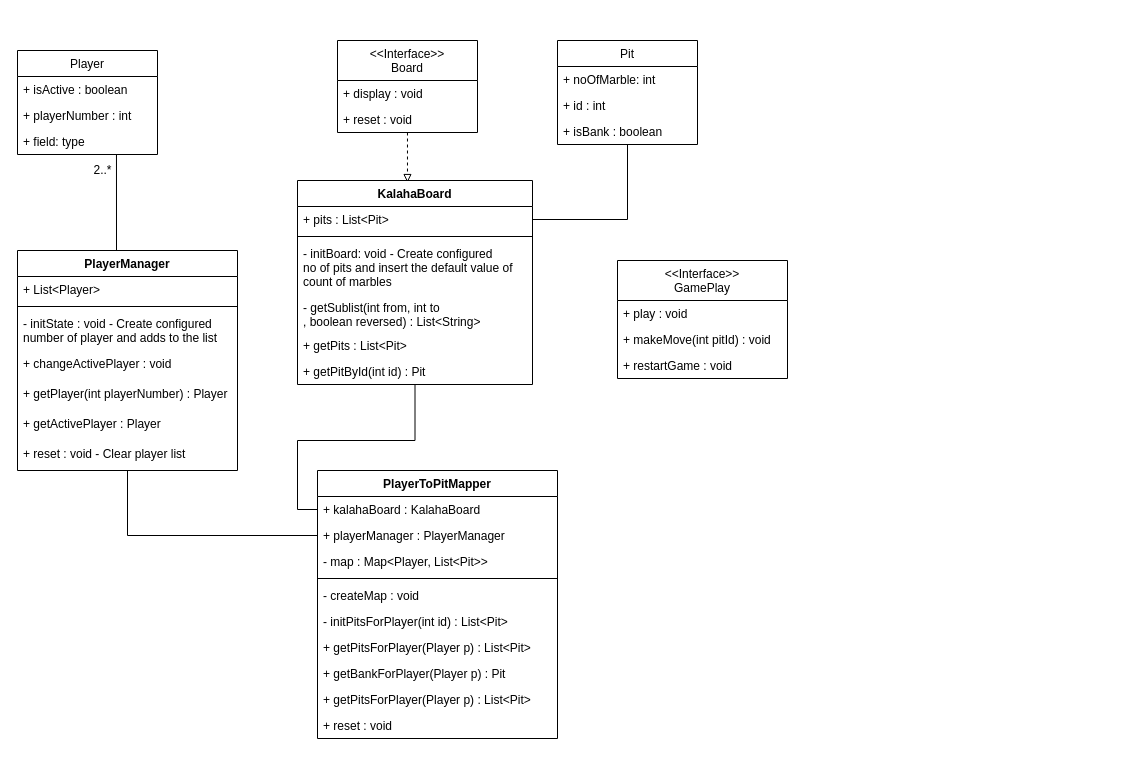
The draw.io diagram Kalaha Game.drawio in schauhan16/KalahaGame, before the edit. Source tidied: cells renumbered, new cells numbered last; positions are measured from the earlier drawing's top-left corner, leaving out a move shared by most shapes. Both pictures are drawn from the tidied source at 100%, with x=0, y=0 at pixel (17, 40).
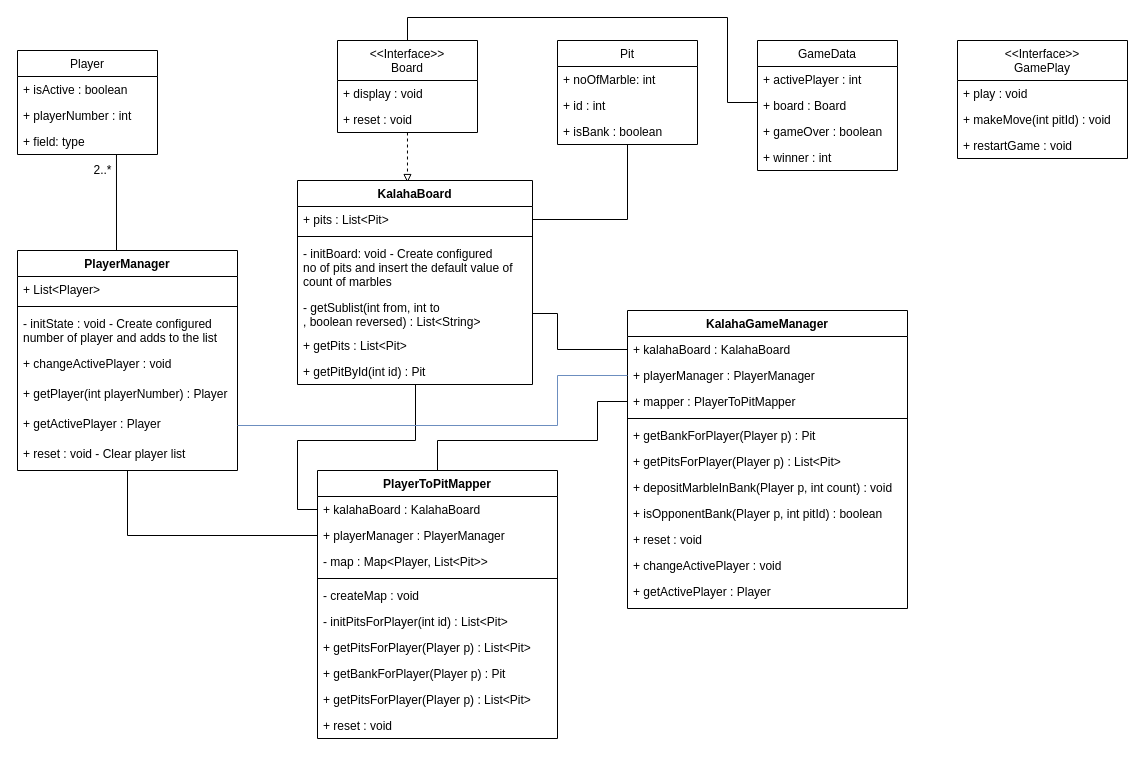
Above is the later version.

Commit message:
Added Game Manager

Unchanged cells that the change refers to:
```xml
<mxCell id="16" value="+ getActivePlayer : Player&#10;" style="text;strokeColor=none;fillColor=none;align=left;verticalAlign=top;spacingLeft=4;spacingRight=4;overflow=hidden;points=[[0,0.5],[1,0.5]];portConstraint=eastwest;rounded=0;" parent="10" vertex="1">
  <mxGeometry y="160" width="220" height="30" as="geometry" />
</mxCell>
<mxCell id="24" value="&lt;&lt;Interface&gt;&gt;&#10;Board" style="swimlane;fontStyle=0;horizontal=1;startSize=40;fillColor=none;rounded=0;" parent="22" vertex="1">
  <mxGeometry x="40" width="140" height="92" as="geometry" />
</mxCell>
<mxCell id="27" value="KalahaBoard" style="swimlane;fontStyle=1;align=center;verticalAlign=top;horizontal=1;startSize=26;rounded=0;" parent="22" vertex="1">
  <mxGeometry y="140" width="235" height="204" as="geometry" />
</mxCell>
<mxCell id="31" value="- getSublist(int from, int to&#10;, boolean reversed) : List&lt;String&gt;" style="text;strokeColor=none;fillColor=none;align=left;verticalAlign=top;spacingLeft=4;spacingRight=4;overflow=hidden;points=[[0,0.5],[1,0.5]];portConstraint=eastwest;" parent="27" vertex="1">
  <mxGeometry y="114" width="235" height="38" as="geometry" />
</mxCell>
<mxCell id="35" value="PlayerToPitMapper" style="swimlane;fontStyle=1;align=center;verticalAlign=top;horizontal=1;startSize=26;rounded=0;" parent="1" vertex="1">
  <mxGeometry x="300" y="430" width="240" height="268" as="geometry" />
</mxCell>
<mxCell id="36" value="+ kalahaBoard : KalahaBoard" style="text;strokeColor=none;fillColor=none;align=left;verticalAlign=top;spacingLeft=4;spacingRight=4;overflow=hidden;points=[[0,0.5],[1,0.5]];portConstraint=eastwest;" parent="35" vertex="1">
  <mxGeometry y="26" width="240" height="26" as="geometry" />
</mxCell>
```

The edit, as a diff of the source:
```diff
@@
+    <mxCell id="52" style="edgeStyle=orthogonalEdgeStyle;rounded=0;jettySize=auto;html=1;exitX=0.5;exitY=0;exitDx=0;exitDy=0;entryX=0;entryY=0.5;entryDx=0;entryDy=0;endArrow=none;endFill=0;strokeWidth=1;" parent="1" edge="1" source="35" target="62">
+      <mxGeometry relative="1" as="geometry">
+        <Array as="points">
+          <mxPoint x="420" y="400" />
+          <mxPoint x="580" y="400" />
+          <mxPoint x="580" y="361" />
+        </Array>
+      </mxGeometry>
+    </mxCell>
@@
     <mxCell id="47" style="edgeStyle=orthogonalEdgeStyle;rounded=0;jettySize=auto;html=1;endArrow=none;endFill=0;strokeWidth=1;" parent="1" edge="1" source="36" target="27">
-      <mxGeometry relative="1" as="geometry" />
+      <mxGeometry relative="1" as="geometry">
+        <Array as="points">
+          <mxPoint x="280" y="469" />
+          <mxPoint x="280" y="400" />
+          <mxPoint x="398" y="400" />
+        </Array>
+      </mxGeometry>
     </mxCell>
     <mxCell id="48" value="&lt;&lt;Interface&gt;&gt;&#10;GamePlay" style="swimlane;fontStyle=0;horizontal=1;startSize=40;fillColor=none;rounded=0;" parent="1" vertex="1">
-      <mxGeometry x="600" y="220" width="170" height="118" as="geometry" />
+      <mxGeometry x="940" width="170" height="118" as="geometry" />
     </mxCell>
@@
+    <mxCell id="53" value="GameData" style="swimlane;fontStyle=0;horizontal=1;startSize=26;fillColor=none;rounded=0;" parent="1" vertex="1">
+      <mxGeometry x="740" width="140" height="130" as="geometry" />
+    </mxCell>
+    <mxCell id="54" value="+ activePlayer : int" style="text;strokeColor=none;fillColor=none;align=left;verticalAlign=top;spacingLeft=4;spacingRight=4;overflow=hidden;" parent="53" vertex="1">
+      <mxGeometry y="26" width="140" height="26" as="geometry" />
+    </mxCell>
+    <mxCell id="55" value="+ board : Board" style="text;strokeColor=none;fillColor=none;align=left;verticalAlign=top;spacingLeft=4;spacingRight=4;overflow=hidden;points=[[0,0.5],[1,0.5]];portConstraint=eastwest;" parent="53" vertex="1">
+      <mxGeometry y="52" width="140" height="26" as="geometry" />
+    </mxCell>
+    <mxCell id="56" value="+ gameOver : boolean" style="text;strokeColor=none;fillColor=none;align=left;verticalAlign=top;spacingLeft=4;spacingRight=4;overflow=hidden;" parent="53" vertex="1">
+      <mxGeometry y="78" width="140" height="26" as="geometry" />
+    </mxCell>
+    <mxCell id="57" value="+ winner : int" style="text;strokeColor=none;fillColor=none;align=left;verticalAlign=top;spacingLeft=4;spacingRight=4;overflow=hidden;" parent="53" vertex="1">
+      <mxGeometry y="104" width="140" height="26" as="geometry" />
+    </mxCell>
+    <mxCell id="58" style="edgeStyle=orthogonalEdgeStyle;rounded=0;jettySize=auto;html=1;entryX=0;entryY=0.5;entryDx=0;entryDy=0;endArrow=none;endFill=0;strokeWidth=1;" parent="1" edge="1" source="24" target="55">
+      <mxGeometry x="220" y="17" as="geometry">
+        <Array as="points">
+          <mxPoint x="390" y="-23" />
+          <mxPoint x="710" y="-23" />
+          <mxPoint x="710" y="62" />
+        </Array>
+      </mxGeometry>
+    </mxCell>
+    <mxCell id="59" value="KalahaGameManager" style="swimlane;fontStyle=1;align=center;verticalAlign=top;horizontal=1;startSize=26;rounded=0;" parent="1" vertex="1">
+      <mxGeometry x="610" y="270" width="280" height="298" as="geometry" />
+    </mxCell>
+    <mxCell id="60" value="+ kalahaBoard : KalahaBoard" style="text;strokeColor=none;fillColor=none;align=left;verticalAlign=top;spacingLeft=4;spacingRight=4;overflow=hidden;points=[[0,0.5],[1,0.5]];portConstraint=eastwest;" parent="59" vertex="1">
+      <mxGeometry y="26" width="280" height="26" as="geometry" />
+    </mxCell>
+    <mxCell id="61" value="+ playerManager : PlayerManager" style="text;strokeColor=none;fillColor=none;align=left;verticalAlign=top;spacingLeft=4;spacingRight=4;overflow=hidden;points=[[0,0.5],[1,0.5]];portConstraint=eastwest;" parent="59" vertex="1">
+      <mxGeometry y="52" width="280" height="26" as="geometry" />
+    </mxCell>
+    <mxCell id="62" value="+ mapper : PlayerToPitMapper" style="text;strokeColor=none;fillColor=none;align=left;verticalAlign=top;spacingLeft=4;spacingRight=4;overflow=hidden;points=[[0,0.5],[1,0.5]];portConstraint=eastwest;" parent="59" vertex="1">
+      <mxGeometry y="78" width="280" height="26" as="geometry" />
+    </mxCell>
+    <mxCell id="63" style="line;strokeWidth=1;fillColor=none;align=left;verticalAlign=middle;spacingTop=-1;spacingLeft=3;spacingRight=3;labelPosition=right;" parent="59" vertex="1">
+      <mxGeometry y="104" width="280" height="8" as="geometry" />
+    </mxCell>
+    <mxCell id="64" value="+ getBankForPlayer(Player p) : Pit" style="text;strokeColor=none;fillColor=none;align=left;verticalAlign=top;spacingLeft=4;spacingRight=4;overflow=hidden;" parent="59" vertex="1">
+      <mxGeometry y="112" width="280" height="26" as="geometry" />
+    </mxCell>
+    <mxCell id="65" value="+ getPitsForPlayer(Player p) : List&lt;Pit&gt;" style="text;strokeColor=none;fillColor=none;align=left;verticalAlign=top;spacingLeft=4;spacingRight=4;overflow=hidden;" parent="59" vertex="1">
+      <mxGeometry y="138" width="280" height="26" as="geometry" />
+    </mxCell>
+    <mxCell id="66" value="+ depositMarbleInBank(Player p, int count) : void" style="text;strokeColor=none;fillColor=none;align=left;verticalAlign=top;spacingLeft=4;spacingRight=4;overflow=hidden;" parent="59" vertex="1">
+      <mxGeometry y="164" width="280" height="26" as="geometry" />
+    </mxCell>
+    <mxCell id="67" value="+ isOpponentBank(Player p, int pitId) : boolean" style="text;strokeColor=none;fillColor=none;align=left;verticalAlign=top;spacingLeft=4;spacingRight=4;overflow=hidden;" parent="59" vertex="1">
+      <mxGeometry y="190" width="280" height="26" as="geometry" />
+    </mxCell>
+    <mxCell id="68" value="+ reset : void" style="text;strokeColor=none;fillColor=none;align=left;verticalAlign=top;spacingLeft=4;spacingRight=4;overflow=hidden;" parent="59" vertex="1">
+      <mxGeometry y="216" width="280" height="26" as="geometry" />
+    </mxCell>
+    <mxCell id="69" value="+ changeActivePlayer : void" style="text;strokeColor=none;fillColor=none;align=left;verticalAlign=top;spacingLeft=4;spacingRight=4;overflow=hidden;" parent="59" vertex="1">
+      <mxGeometry y="242" width="280" height="26" as="geometry" />
+    </mxCell>
+    <mxCell id="70" value="+ getActivePlayer : Player&#10;" style="text;strokeColor=none;fillColor=none;align=left;verticalAlign=top;spacingLeft=4;spacingRight=4;overflow=hidden;rounded=0;" parent="59" vertex="1">
+      <mxGeometry y="268" width="280" height="30" as="geometry" />
+    </mxCell>
+    <mxCell id="71" style="edgeStyle=orthogonalEdgeStyle;rounded=0;jettySize=auto;html=1;exitX=1;exitY=0.5;exitDx=0;exitDy=0;entryX=0;entryY=0.5;entryDx=0;entryDy=0;endArrow=none;endFill=0;strokeWidth=1;" parent="1" edge="1" source="31" target="60">
+      <mxGeometry relative="1" as="geometry">
+        <Array as="points">
+          <mxPoint x="540" y="273" />
+          <mxPoint x="540" y="309" />
+        </Array>
+      </mxGeometry>
+    </mxCell>
+    <mxCell id="72" style="edgeStyle=orthogonalEdgeStyle;rounded=0;jettySize=auto;html=1;exitX=1;exitY=0.5;exitDx=0;exitDy=0;entryX=0;entryY=0.5;entryDx=0;entryDy=0;endArrow=none;endFill=0;strokeWidth=1;fillColor=#dae8fc;strokeColor=#6c8ebf;" parent="1" edge="1" source="16" target="61">
+      <mxGeometry relative="1" as="geometry">
+        <Array as="points">
+          <mxPoint x="540" y="385" />
+          <mxPoint x="540" y="335" />
+        </Array>
+      </mxGeometry>
+    </mxCell>
```
